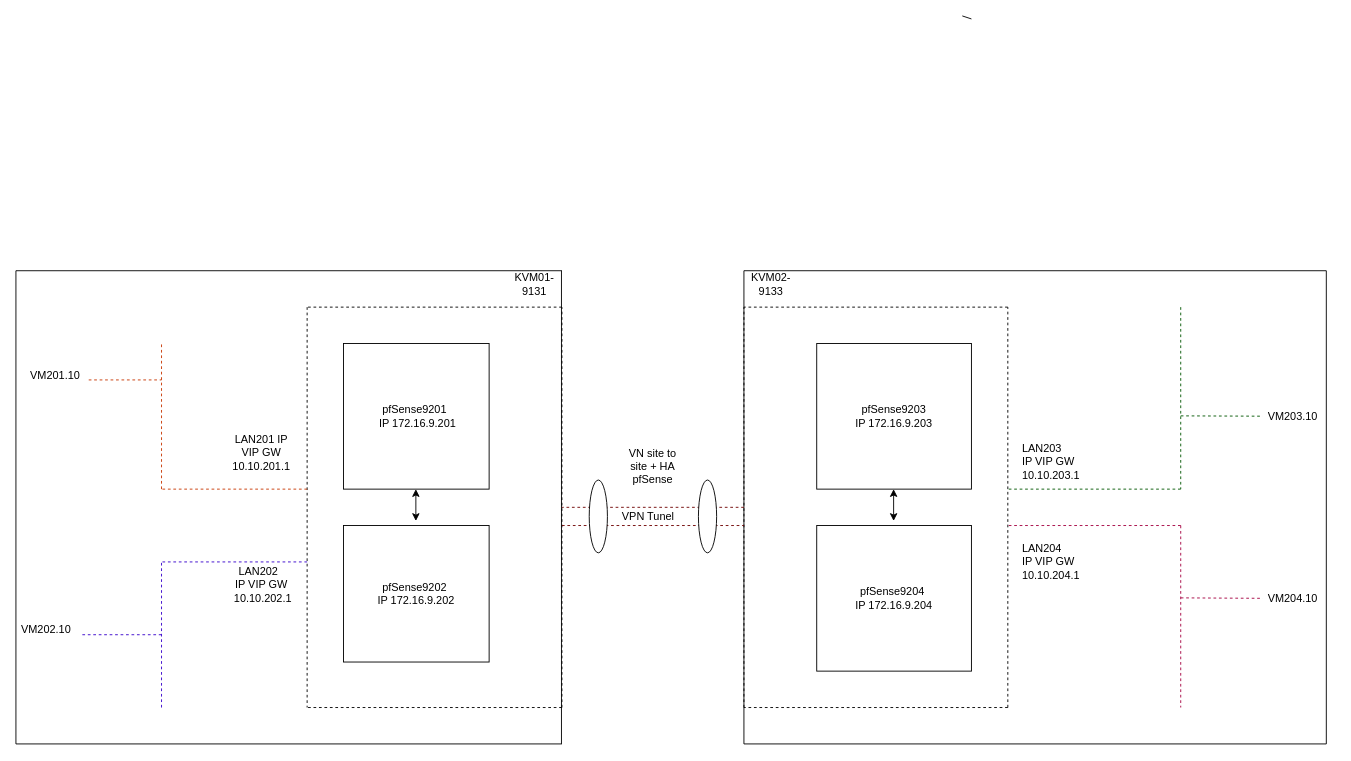
Earlier version of the draw.io diagram Network-Basic/Firewall-pfSense/19_HA_pfSense_IPSEC.drawio (tudv1989/THUCTAPNHANHOA2025-HATANG). Source tidied: cells renumbered, new cells numbered last; positions are measured from the earlier drawing's top-left corner, leaving out a move shared by most shapes. Both pictures are drawn from the tidied source at 91%, with x=0, y=0 at pixel (15, 15).
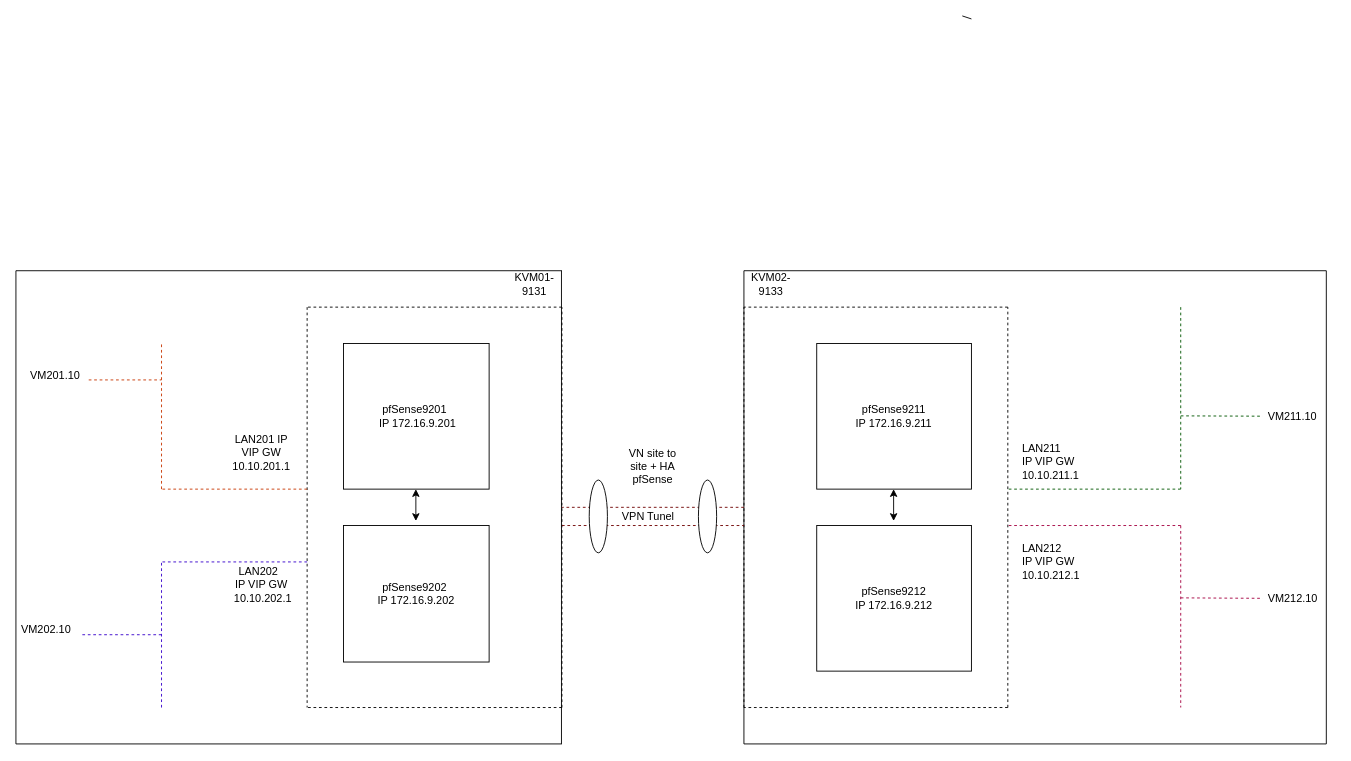
The same page after the edit.

Diff of the diagram source:
```diff
@@
-    <mxCell id="5" value="pfSense9203&lt;div&gt;IP 172.16.9.203&lt;/div&gt;" style="rounded=0;whiteSpace=wrap;html=1;" parent="1" vertex="1">
+    <mxCell id="5" value="pfSense9211&lt;div&gt;IP 172.16.9.211&lt;/div&gt;" style="rounded=0;whiteSpace=wrap;html=1;" parent="1" vertex="1">
       <mxGeometry x="880" y="360" width="170" height="160" as="geometry" />
     </mxCell>
-    <mxCell id="6" value="pfSense9204&amp;nbsp;&lt;div&gt;IP 172.16.9.204&lt;/div&gt;" style="rounded=0;whiteSpace=wrap;html=1;" parent="1" vertex="1">
+    <mxCell id="6" value="pfSense9212&lt;div&gt;IP 172.16.9.212&lt;/div&gt;" style="rounded=0;whiteSpace=wrap;html=1;" parent="1" vertex="1">
       <mxGeometry x="880" y="560" width="170" height="160" as="geometry" />
     </mxCell>
@@
-    <mxCell id="34" value="LAN203&amp;nbsp;&lt;div&gt;IP VIP GW&lt;/div&gt;&lt;div&gt;10.10.203.1&lt;/div&gt;" style="text;strokeColor=none;fillColor=none;align=left;verticalAlign=middle;spacingLeft=4;spacingRight=4;overflow=hidden;whiteSpace=wrap;html=1;" parent="1" vertex="1">
+    <mxCell id="34" value="LAN211&lt;div&gt;IP VIP GW&lt;/div&gt;&lt;div&gt;10.10.211.1&lt;/div&gt;" style="text;strokeColor=none;fillColor=none;align=left;verticalAlign=middle;spacingLeft=4;spacingRight=4;overflow=hidden;whiteSpace=wrap;html=1;" parent="1" vertex="1">
       <mxGeometry x="1100" y="460" width="80" height="60" as="geometry" />
     </mxCell>
@@
-    <mxCell id="38" value="VM203.10" style="text;strokeColor=none;fillColor=none;align=left;verticalAlign=middle;spacingLeft=4;spacingRight=4;overflow=hidden;points=[[0,0.5],[1,0.5]];portConstraint=eastwest;whiteSpace=wrap;html=1;" parent="1" vertex="1">
+    <mxCell id="38" value="VM211.10" style="text;strokeColor=none;fillColor=none;align=left;verticalAlign=middle;spacingLeft=4;spacingRight=4;overflow=hidden;points=[[0,0.5],[1,0.5]];portConstraint=eastwest;whiteSpace=wrap;html=1;" parent="1" vertex="1">
       <mxGeometry x="1370" y="425" width="80" height="30" as="geometry" />
     </mxCell>
@@
-    <mxCell id="40" value="VM204.10" style="text;strokeColor=none;fillColor=none;align=left;verticalAlign=middle;spacingLeft=4;spacingRight=4;overflow=hidden;whiteSpace=wrap;html=1;" parent="1" vertex="1">
+    <mxCell id="40" value="VM212.10" style="text;strokeColor=none;fillColor=none;align=left;verticalAlign=middle;spacingLeft=4;spacingRight=4;overflow=hidden;whiteSpace=wrap;html=1;" parent="1" vertex="1">
       <mxGeometry x="1370" y="625" width="80" height="30" as="geometry" />
     </mxCell>
@@
-    <mxCell id="50" value="LAN204&amp;nbsp;&lt;div&gt;IP VIP GW&lt;/div&gt;&lt;div&gt;10.10.204.1&lt;/div&gt;" style="text;strokeColor=none;fillColor=none;align=left;verticalAlign=middle;spacingLeft=4;spacingRight=4;overflow=hidden;whiteSpace=wrap;html=1;" parent="1" vertex="1">
+    <mxCell id="50" value="LAN212&amp;nbsp;&lt;div&gt;IP VIP GW&lt;/div&gt;&lt;div&gt;10.10.212.1&lt;/div&gt;" style="text;strokeColor=none;fillColor=none;align=left;verticalAlign=middle;spacingLeft=4;spacingRight=4;overflow=hidden;whiteSpace=wrap;html=1;" parent="1" vertex="1">
       <mxGeometry x="1100" y="570" width="80" height="60" as="geometry" />
     </mxCell>
```
